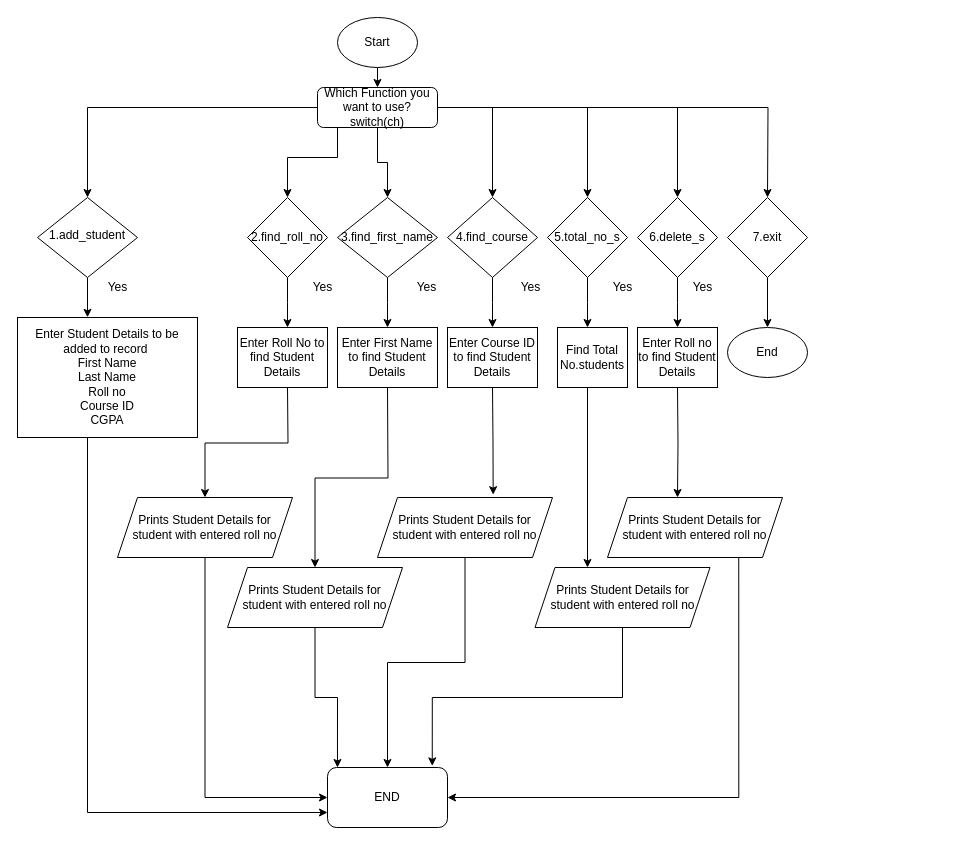
Earlier version of the draw.io diagram MiniProject_C/2_Architecture/Untitled Diagram.drawio (Ghanamrut/M1_GeneralStore_App). Source tidied: cells renumbered, new cells numbered last; positions are measured from the earlier drawing's top-left corner, leaving out a move shared by most shapes. Both pictures are drawn from the tidied source at 100%, with x=0, y=0 at pixel (17, 17).
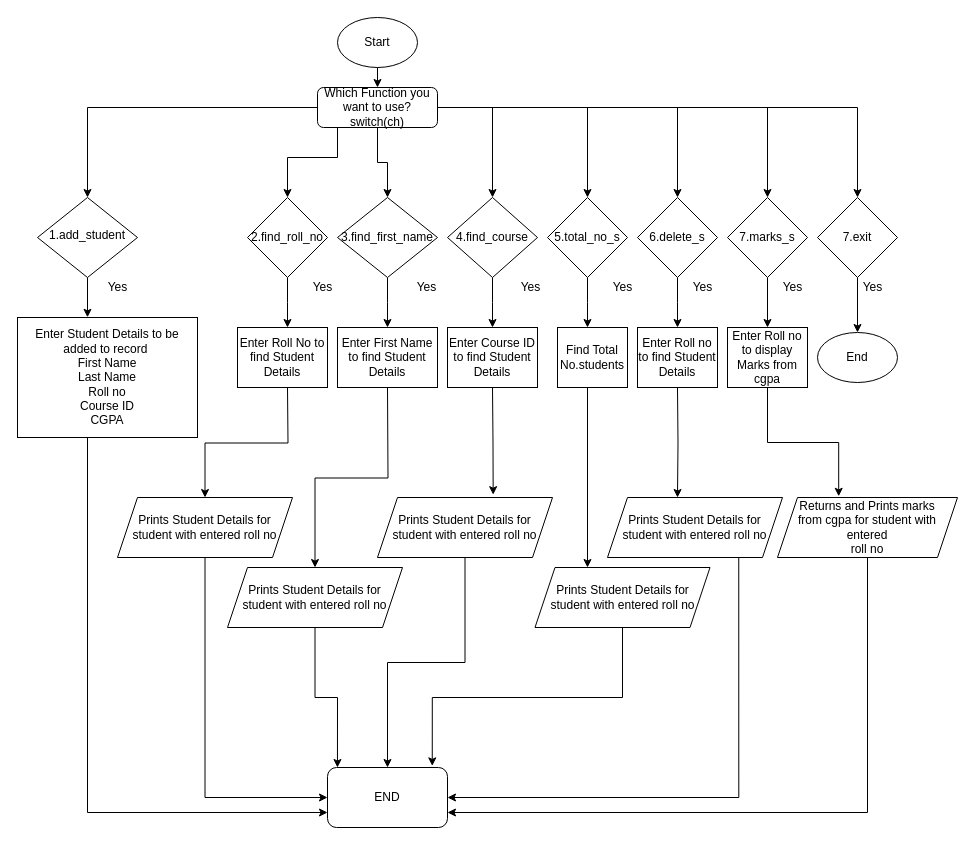
Above is the later version.

The change refers to these unchanged cells:
```xml
<mxCell id="9" value="Which Function you want to use?&lt;br&gt;switch(ch)" style="rounded=1;whiteSpace=wrap;html=1;fontSize=12;glass=0;strokeWidth=1;shadow=0;" parent="1" vertex="1">
  <mxGeometry x="300" y="70" width="120" height="40" as="geometry" />
</mxCell>
<mxCell id="49" value="END" style="rounded=1;whiteSpace=wrap;html=1;" parent="1" vertex="1">
  <mxGeometry x="310" y="750" width="120" height="60" as="geometry" />
</mxCell>
```

Diff of the diagram source:
```diff
@@
     <mxCell id="8" style="edgeStyle=orthogonalEdgeStyle;rounded=0;jettySize=auto;html=1;exitX=1;exitY=0.5;exitDx=0;exitDy=0;" parent="1" edge="1" source="9">
       <mxGeometry relative="1" as="geometry">
         <mxPoint x="750" y="180" as="targetPoint" />
+        <Array as="points">
+          <mxPoint x="750" y="90" />
+        </Array>
       </mxGeometry>
     </mxCell>
+    <mxCell id="56" style="edgeStyle=orthogonalEdgeStyle;rounded=0;jettySize=auto;html=1;exitX=1;exitY=0.5;exitDx=0;exitDy=0;entryX=0.5;entryY=0;entryDx=0;entryDy=0;" parent="1" edge="1" source="9" target="37">
+      <mxGeometry relative="1" as="geometry" />
+    </mxCell>
@@
     <mxCell id="37" value="7.exit" style="rhombus;whiteSpace=wrap;html=1;" parent="1" vertex="1">
-      <mxGeometry x="710" y="180" width="80" height="80" as="geometry" />
+      <mxGeometry x="800" y="180" width="80" height="80" as="geometry" />
     </mxCell>
     <mxCell id="38" value="End" style="ellipse;whiteSpace=wrap;html=1;" parent="1" vertex="1">
-      <mxGeometry x="710" y="310" width="80" height="50" as="geometry" />
+      <mxGeometry x="800" y="315" width="80" height="50" as="geometry" />
     </mxCell>
@@
+    <mxCell id="57" style="edgeStyle=orthogonalEdgeStyle;rounded=0;jettySize=auto;html=1;exitX=0.5;exitY=1;exitDx=0;exitDy=0;entryX=0.5;entryY=0;entryDx=0;entryDy=0;" parent="1" edge="1" source="58" target="60">
+      <mxGeometry relative="1" as="geometry" />
+    </mxCell>
+    <mxCell id="58" value="7.marks_s" style="rhombus;whiteSpace=wrap;html=1;" parent="1" vertex="1">
+      <mxGeometry x="710" y="180" width="80" height="80" as="geometry" />
+    </mxCell>
+    <mxCell id="59" style="edgeStyle=orthogonalEdgeStyle;rounded=0;jettySize=auto;html=1;exitX=0.5;exitY=1;exitDx=0;exitDy=0;entryX=0.34;entryY=-0.02;entryDx=0;entryDy=0;entryPerimeter=0;" parent="1" edge="1" source="60" target="64">
+      <mxGeometry relative="1" as="geometry" />
+    </mxCell>
+    <mxCell id="60" value="Enter Roll no to display Marks from cgpa" style="rounded=0;whiteSpace=wrap;html=1;" parent="1" vertex="1">
+      <mxGeometry x="710" y="310" width="80" height="60" as="geometry" />
+    </mxCell>
+    <mxCell id="61" value="Yes&lt;br&gt;" style="text;html=1;align=center;verticalAlign=middle;strokeColor=none;fillColor=none;" parent="1" vertex="1">
+      <mxGeometry x="760" y="260" width="30" height="20" as="geometry" />
+    </mxCell>
+    <mxCell id="62" value="Yes" style="text;html=1;align=center;verticalAlign=middle;strokeColor=none;fillColor=none;" parent="1" vertex="1">
+      <mxGeometry x="840" y="260" width="30" height="20" as="geometry" />
+    </mxCell>
+    <mxCell id="63" style="edgeStyle=orthogonalEdgeStyle;rounded=0;jettySize=auto;html=1;exitX=0.5;exitY=1;exitDx=0;exitDy=0;entryX=1;entryY=0.75;entryDx=0;entryDy=0;" parent="1" edge="1" source="64" target="49">
+      <mxGeometry relative="1" as="geometry" />
+    </mxCell>
+    <mxCell id="64" value="Returns and Prints marks &lt;br&gt;from cgpa for student with entered &lt;br&gt;roll no" style="shape=parallelogram;perimeter=parallelogramPerimeter;whiteSpace=wrap;html=1;fixedSize=1;" parent="1" vertex="1">
+      <mxGeometry x="760" y="480" width="180" height="60" as="geometry" />
+    </mxCell>
```
